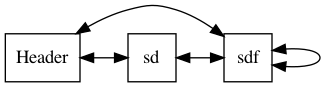
Earlier version of the Graphviz export -EDD-Proyecto_1/matrix.png (CarlosNgv99/-EDD-Proyecto_1). Its source is kept beside it as -EDD-Proyecto_1/matrix.dot.
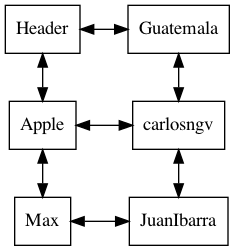
After the change.

Change to the diagram source:
```diff
@@ -3,12 +3,18 @@
 node [shape=rectangle, height=0.5, width=0.5];
 graph[ nodesep = 0.5];
 node0 [label="Header"];
-sdf[label="sdf"]
-node0->sdf[dir=both];
-sd[label="sd"]
-node0->sd[dir=both];
-sdf[label="sdf"]
-sd->sdf[constraint=false, dir=both];
-{rank=same; sd; sdf;}
-sdf->sdf[dir=both]
-{rank=same; node0; sdf;}}
+Guatemala[label="Guatemala"]
+node0->Guatemala[dir=both];
+Apple[label="Apple"]
+Max[label="Max"]
+node0->Apple[dir=both];
+Apple->Max[dir=both];
+carlosngv[label="carlosngv"]
+Apple->carlosngv[constraint=false, dir=both];
+{rank=same; Apple; carlosngv;}
+Guatemala->carlosngv[dir=both]
+JuanIbarra[label="JuanIbarra"]
+Max->JuanIbarra[constraint=false, dir=both];
+{rank=same; Max; JuanIbarra;}
+carlosngv->JuanIbarra[dir=both]
+{rank=same; node0; Guatemala;}}
```
